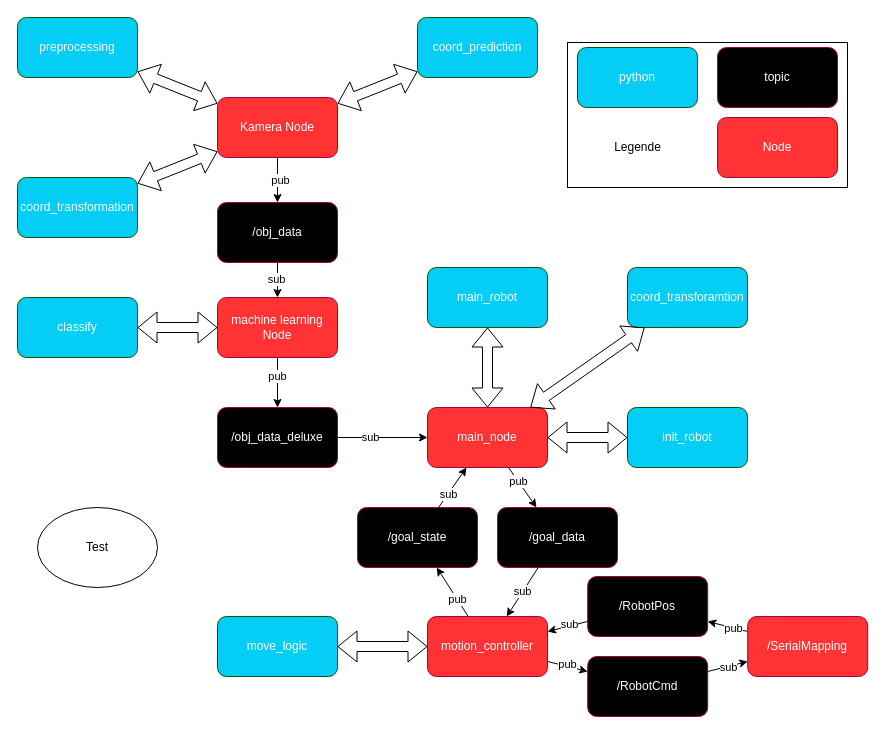
Above: misc/SW_architecture_simple.drawio in ibinsandig/Portal-zur-Exmatrikulation (draw.io), before the change. Source tidied: cells renumbered, new cells numbered last; positions are measured from the earlier drawing's top-left corner, leaving out a move shared by most shapes. Both pictures are drawn from the tidied source at 100%, with x=0, y=0 at pixel (17, 17).
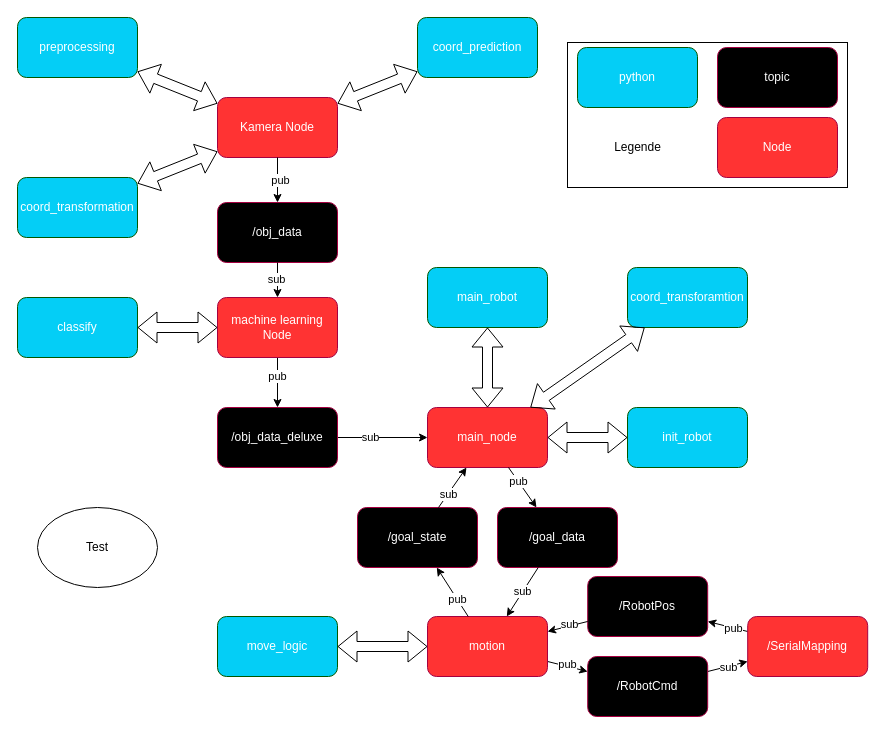
The same page after the edit.

What changed in the source:
```diff
@@
-    <mxCell id="28" value="motion_controller" style="rounded=1;whiteSpace=wrap;html=1;fillColor=#FF3333;fontColor=#ffffff;strokeColor=#A50040;" parent="1" vertex="1">
+    <mxCell id="28" value="motion" style="rounded=1;whiteSpace=wrap;html=1;fillColor=#FF3333;fontColor=#ffffff;strokeColor=#A50040;" parent="1" vertex="1">
       <mxGeometry x="410" y="599" width="120" height="60" as="geometry" />
     </mxCell>
```
